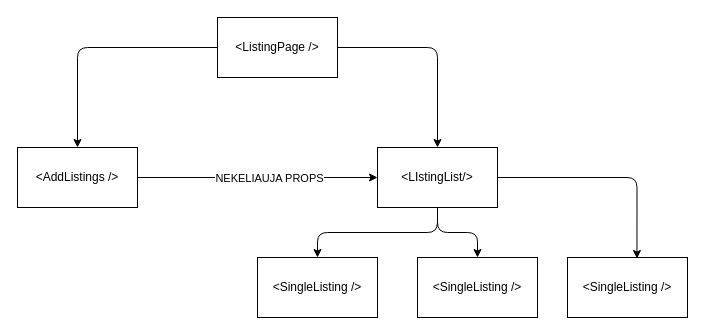
This is listings.drawio from MariusCodeAcademy/type19-24_react_firebase_intro, a draw.io file, before an edit. Source tidied: cells renumbered, new cells numbered last; positions are measured from the earlier drawing's top-left corner, leaving out a move shared by most shapes. Both pictures are drawn from the tidied source at 100%, with x=0, y=0 at pixel (17, 17).
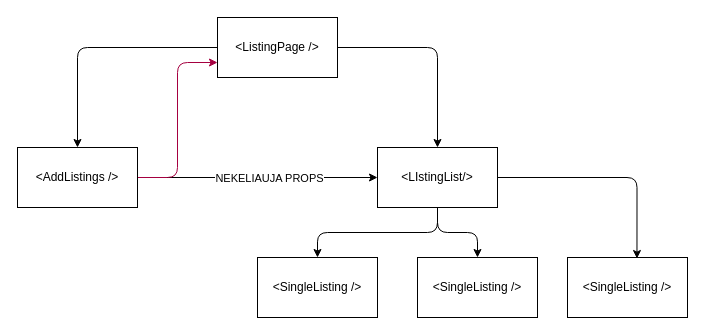
After the change.

What changed in the source:
```diff
@@
 <mxGraphModel>
   <root>
     <mxCell id="0" />
     <mxCell id="1" parent="0" />
     <mxCell id="2" style="edgeStyle=orthogonalEdgeStyle;html=1;entryX=0.5;entryY=0;entryDx=0;entryDy=0;" parent="1" edge="1" source="4" target="7">
       <mxGeometry relative="1" as="geometry" />
     </mxCell>
     <mxCell id="3" style="edgeStyle=orthogonalEdgeStyle;html=1;entryX=0.5;entryY=0;entryDx=0;entryDy=0;" parent="1" edge="1" source="4" target="11">
       <mxGeometry relative="1" as="geometry" />
     </mxCell>
     <mxCell id="4" value="&amp;lt;ListingPage /&amp;gt;" style="rounded=0;whiteSpace=wrap;html=1;" parent="1" vertex="1">
       <mxGeometry x="200" width="120" height="60" as="geometry" />
     </mxCell>
     <mxCell id="5" style="edgeStyle=orthogonalEdgeStyle;html=1;" parent="1" edge="1" source="7" target="11">
       <mxGeometry relative="1" as="geometry" />
     </mxCell>
     <mxCell id="6" value="NEKELIAUJA PROPS" style="edgeLabel;html=1;align=center;verticalAlign=middle;" parent="5" vertex="1">
       <mxGeometry x="-0.17" relative="1" as="geometry">
         <mxPoint x="31" as="offset" />
       </mxGeometry>
     </mxCell>
+    <mxCell id="15" style="edgeStyle=orthogonalEdgeStyle;html=1;entryX=0;entryY=0.75;entryDx=0;entryDy=0;fillColor=#d80073;strokeColor=#A50040;" parent="1" edge="1" source="7" target="4">
+      <mxGeometry relative="1" as="geometry" />
+    </mxCell>
     <mxCell id="7" value="&amp;lt;AddListings /&amp;gt;" style="rounded=0;whiteSpace=wrap;html=1;" parent="1" vertex="1">
       <mxGeometry y="130" width="120" height="60" as="geometry" />
     </mxCell>
     <mxCell id="8" style="edgeStyle=orthogonalEdgeStyle;html=1;" parent="1" edge="1" source="11" target="12">
       <mxGeometry relative="1" as="geometry" />
     </mxCell>
     <mxCell id="9" style="edgeStyle=orthogonalEdgeStyle;html=1;entryX=0.5;entryY=0;entryDx=0;entryDy=0;" parent="1" edge="1" source="11" target="13">
       <mxGeometry relative="1" as="geometry" />
     </mxCell>
     <mxCell id="10" style="edgeStyle=orthogonalEdgeStyle;html=1;entryX=0.579;entryY=0.017;entryDx=0;entryDy=0;entryPerimeter=0;" parent="1" edge="1" source="11" target="14">
       <mxGeometry relative="1" as="geometry" />
     </mxCell>
     <mxCell id="11" value="&amp;lt;LIstingList/&amp;gt;" style="rounded=0;whiteSpace=wrap;html=1;" parent="1" vertex="1">
       <mxGeometry x="360" y="130" width="120" height="60" as="geometry" />
     </mxCell>
     <mxCell id="12" value="&amp;lt;SingleListing /&amp;gt;" style="rounded=0;whiteSpace=wrap;html=1;" parent="1" vertex="1">
       <mxGeometry x="240" y="240" width="120" height="60" as="geometry" />
     </mxCell>
     <mxCell id="13" value="&amp;lt;SingleListing /&amp;gt;" style="rounded=0;whiteSpace=wrap;html=1;" parent="1" vertex="1">
       <mxGeometry x="400" y="240" width="120" height="60" as="geometry" />
     </mxCell>
     <mxCell id="14" value="&amp;lt;SingleListing /&amp;gt;" style="rounded=0;whiteSpace=wrap;html=1;" parent="1" vertex="1">
       <mxGeometry x="550" y="240" width="120" height="60" as="geometry" />
     </mxCell>
   </root>
 </mxGraphModel>
```
